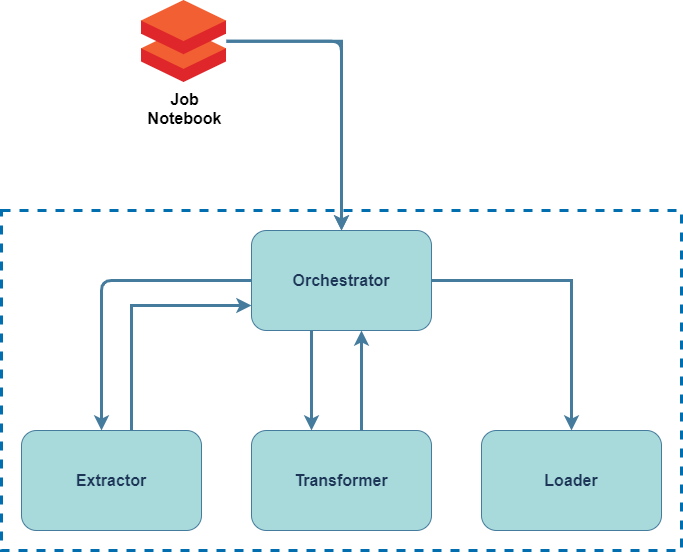
Before: docs/etl/etl-orchestrator.png, a diagram exported from draw.io (spetlr-org/spetlr). Source tidied: cells renumbered, new cells last; positions are measured from the earlier drawing's top-left corner, leaving out a move shared by most shapes.
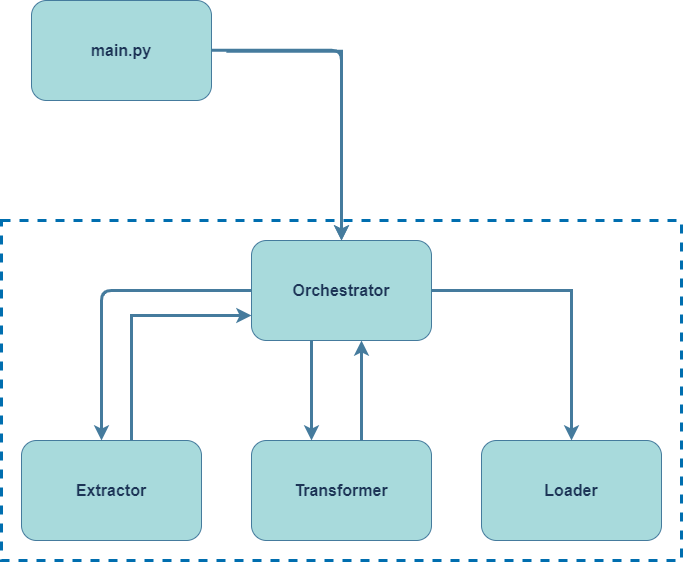
Later version of the same file.

Commit message:
feat: remove notebook icon

Diff of the diagram source:
```diff
@@ -5,15 +5,16 @@
     <mxCell id="2" style="rounded=0;whiteSpace=wrap;html=1;sketch=0;strokeColor=#006EAF;strokeWidth=3;dashed=1;fontColor=#ffffff;fillColor=none;" parent="1" vertex="1">
       <mxGeometry y="210" width="680" height="340" as="geometry" />
     </mxCell>
-    <mxCell id="3" style="edgeStyle=orthogonalEdgeStyle;rounded=0;jettySize=auto;html=1;labelBackgroundColor=#F1FAEE;strokeColor=#457B9D;fontColor=#1D3557;strokeWidth=3;" parent="1" edge="1" source="5" target="9">
-      <mxGeometry relative="1" as="geometry" />
+    <mxCell id="3" style="edgeStyle=orthogonalEdgeStyle;rounded=0;jettySize=auto;html=1;labelBackgroundColor=#F1FAEE;strokeColor=#457B9D;fontColor=#1D3557;strokeWidth=3;" parent="1" edge="1" target="9">
+      <mxGeometry relative="1" as="geometry">
+        <mxPoint x="225" y="40.8" as="sourcePoint" />
+      </mxGeometry>
     </mxCell>
-    <mxCell id="4" style="edgeStyle=orthogonalEdgeStyle;curved=0;rounded=1;sketch=0;jettySize=auto;html=1;strokeColor=#457B9D;strokeWidth=3;fillColor=#A8DADC;fontColor=#1D3557;" parent="1" edge="1" source="5" target="9">
-      <mxGeometry relative="1" as="geometry" />
+    <mxCell id="4" style="edgeStyle=orthogonalEdgeStyle;curved=0;rounded=1;sketch=0;jettySize=auto;html=1;strokeColor=#457B9D;strokeWidth=3;fillColor=#A8DADC;fontColor=#1D3557;exitX=1;exitY=0.5;exitDx=0;exitDy=0;" parent="1" edge="1" target="9">
+      <mxGeometry relative="1" as="geometry">
+        <mxPoint x="210" y="39.7" as="sourcePoint" />
+      </mxGeometry>
     </mxCell>
-    <mxCell id="5" value="&lt;b style=&quot;font-size: 16px&quot;&gt;&lt;font color=&quot;#000000&quot;&gt;Job&lt;br&gt;Notebook&lt;/font&gt;&lt;/b&gt;" style="html=1;points=[];align=center;image;fontSize=12;image=img/lib/mscae/Databricks.svg;fillColor=#A8DADC;strokeColor=#457B9D;labelBackgroundColor=#ffffff;labelBorderColor=#FFFFFF;" parent="1" vertex="1">
-      <mxGeometry x="140" width="85" height="81.6" as="geometry" />
-    </mxCell>
     <mxCell id="6" style="edgeStyle=orthogonalEdgeStyle;rounded=0;jettySize=auto;html=1;labelBackgroundColor=#F1FAEE;strokeColor=#457B9D;fontColor=#1D3557;strokeWidth=3;" parent="1" edge="1" source="9" target="13">
       <mxGeometry relative="1" as="geometry">
         <Array as="points">
@@ -59,5 +60,8 @@
     <mxCell id="14" value="&lt;span style=&quot;font-size: 16px&quot;&gt;&lt;b&gt;Loader&lt;/b&gt;&lt;/span&gt;" style="rounded=1;whiteSpace=wrap;html=1;fillColor=#A8DADC;strokeColor=#457B9D;fontColor=#1D3557;" parent="1" vertex="1">
       <mxGeometry x="480" y="430" width="180" height="100" as="geometry" />
     </mxCell>
+    <mxCell id="15" value="&lt;span style=&quot;font-size: 16px&quot;&gt;&lt;b&gt;main.py&lt;/b&gt;&lt;/span&gt;" style="rounded=1;whiteSpace=wrap;html=1;fillColor=#A8DADC;strokeColor=#457B9D;fontColor=#1D3557;" parent="1" vertex="1">
+      <mxGeometry x="30" y="-10" width="180" height="100" as="geometry" />
+    </mxCell>
   </root>
 </mxGraphModel>
```
